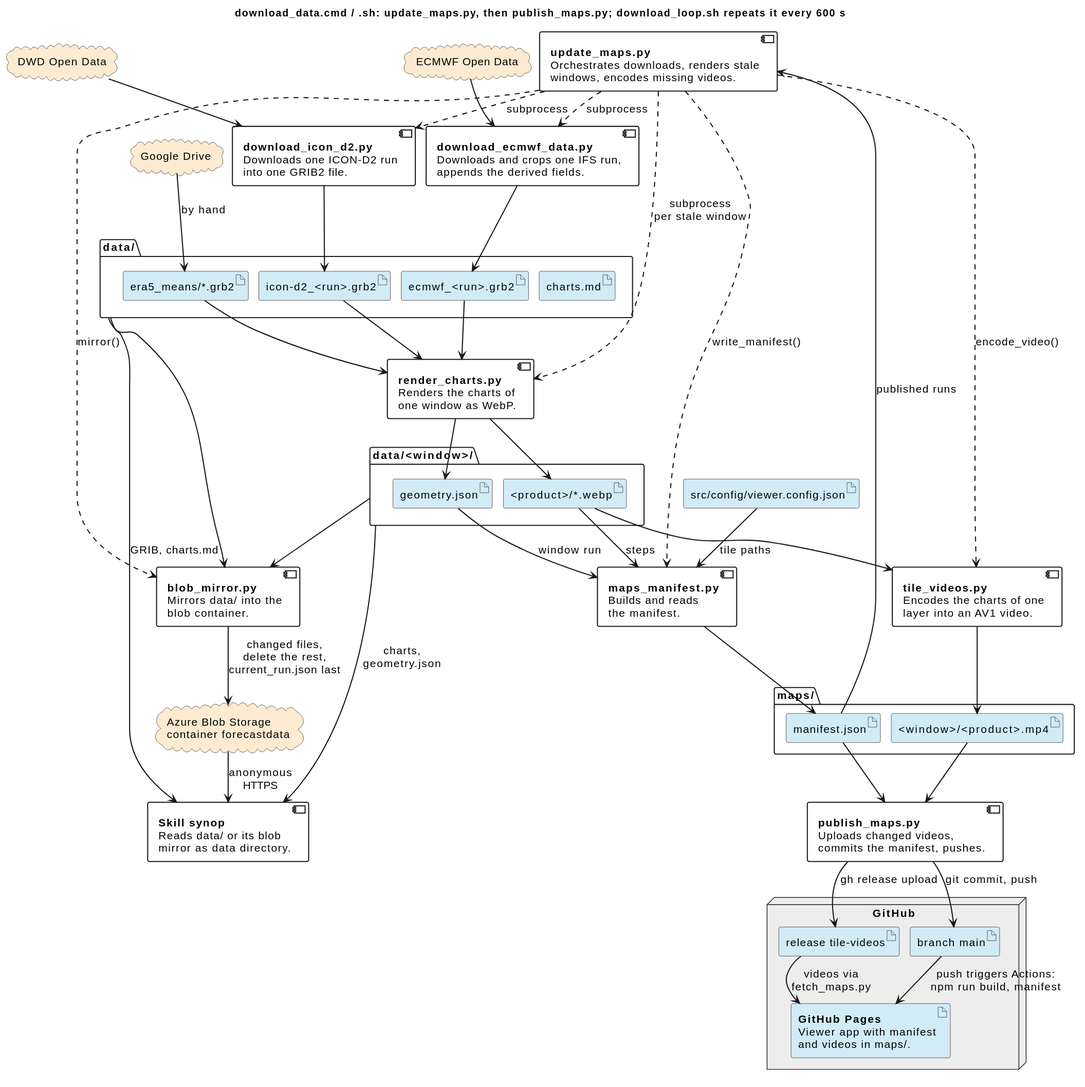
Earlier version of the PlantUML export docs/pipeline.svg (schletz/wetterkartenviewer).
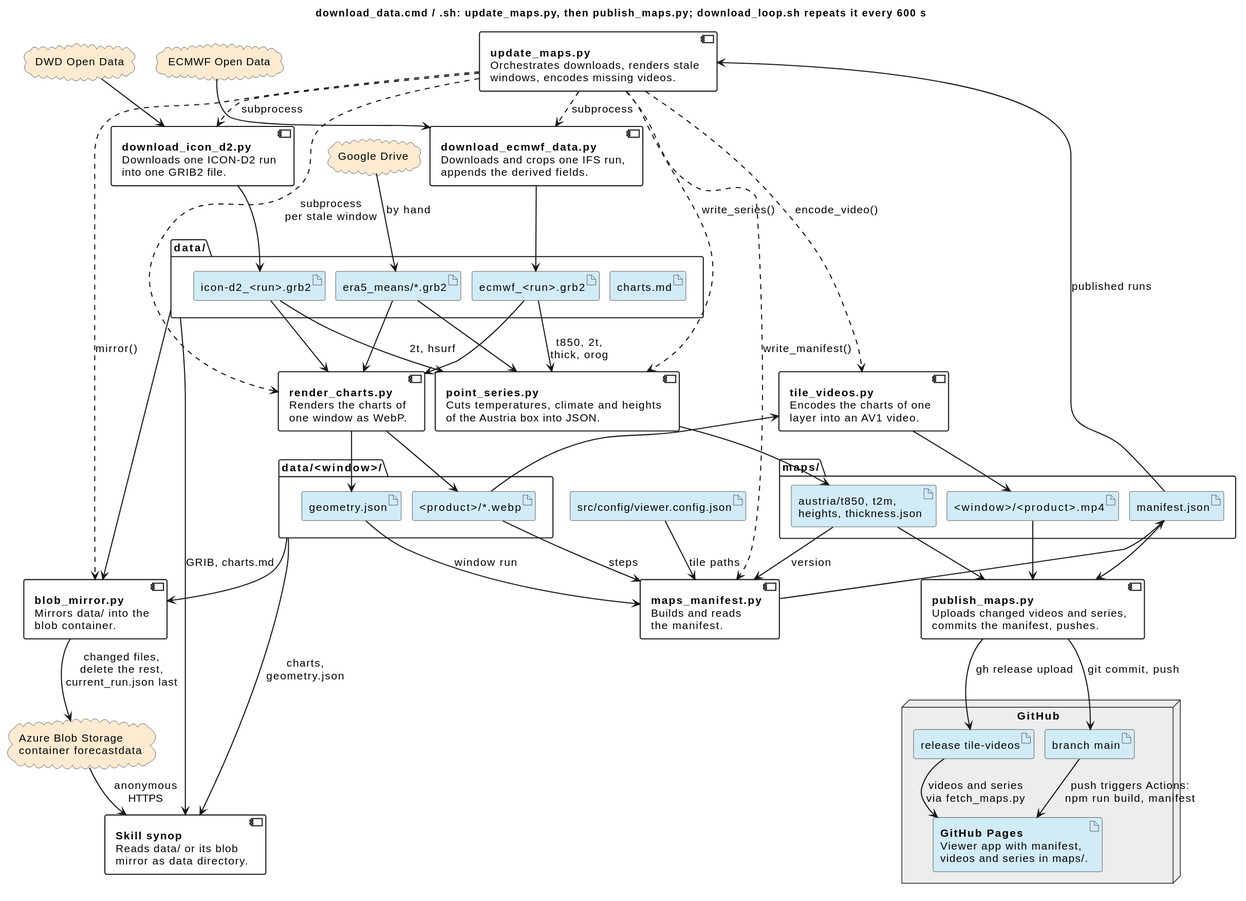
Above is the later version.

Diff of the diagram source:
```diff
@@ -71,6 +71,11 @@
  Encodes the charts of one
  layer into an AV1 video.
 ]
+component point_series [
+ **point_series.py**
+ Cuts temperatures, climate and heights
+ of the Austria box into JSON.
+]
 component maps_manifest [
  **maps_manifest.py**
  Builds and reads
@@ -78,7 +83,7 @@
 ]
 component publish_maps [
  **publish_maps.py**
- Uploads changed videos,
+ Uploads changed videos and series,
  commits the manifest, pushes.
 ]
 component blob_mirror [
@@ -103,6 +108,7 @@
 }
 folder "maps/" {
  artifact "<window>/<product>.mp4" as videos
+ artifact "austria/t850, t2m,\nheights, thickness.json" as series
  artifact "manifest.json" as manifest
 }
 artifact "src/config/viewer.config.json" as config
@@ -111,14 +117,15 @@
  artifact "branch main" as repo
  artifact pages [
  **GitHub Pages**
- Viewer app with manifest
- and videos in maps/.
+ Viewer app with manifest,
+ videos and series in maps/.
  ]
 }
 update_maps ..> download_ecmwf : subprocess
 update_maps ..> download_icon : subprocess
 update_maps ..> render_charts : subprocess\nper stale window
 update_maps ..> tile_videos : encode_video()
+update_maps ..> point_series : write_series()
 update_maps ..> maps_manifest : write_manifest()
 update_maps ..> blob_mirror : mirror()
 ecmwf --> download_ecmwf
@@ -133,17 +140,23 @@
 render_charts --> geometry
 charts --> tile_videos
 tile_videos --> videos
+ecmwf_grib --> point_series : t850, 2t,\nthick, orog
+icon_grib --> point_series : 2t, hsurf
+era5 --> point_series
+point_series --> series
 config --> maps_manifest : tile paths
 charts --> maps_manifest : steps
 geometry --> maps_manifest : window run
+series --> maps_manifest : version
 maps_manifest --> manifest
 manifest --> update_maps : published runs
 videos --> publish_maps
+series --> publish_maps
 manifest --> publish_maps
 publish_maps --> release : gh release upload
 publish_maps --> repo : git commit, push
 repo --> pages : push triggers Actions:\nnpm run build, manifest
-release --> pages : videos via\nfetch_maps.py
+release --> pages : videos and series\nvia fetch_maps.py
 data_dir --> synop : GRIB, charts.md
 window_dir --> synop : charts,\ngeometry.json
 data_dir --> blob_mirror
```
